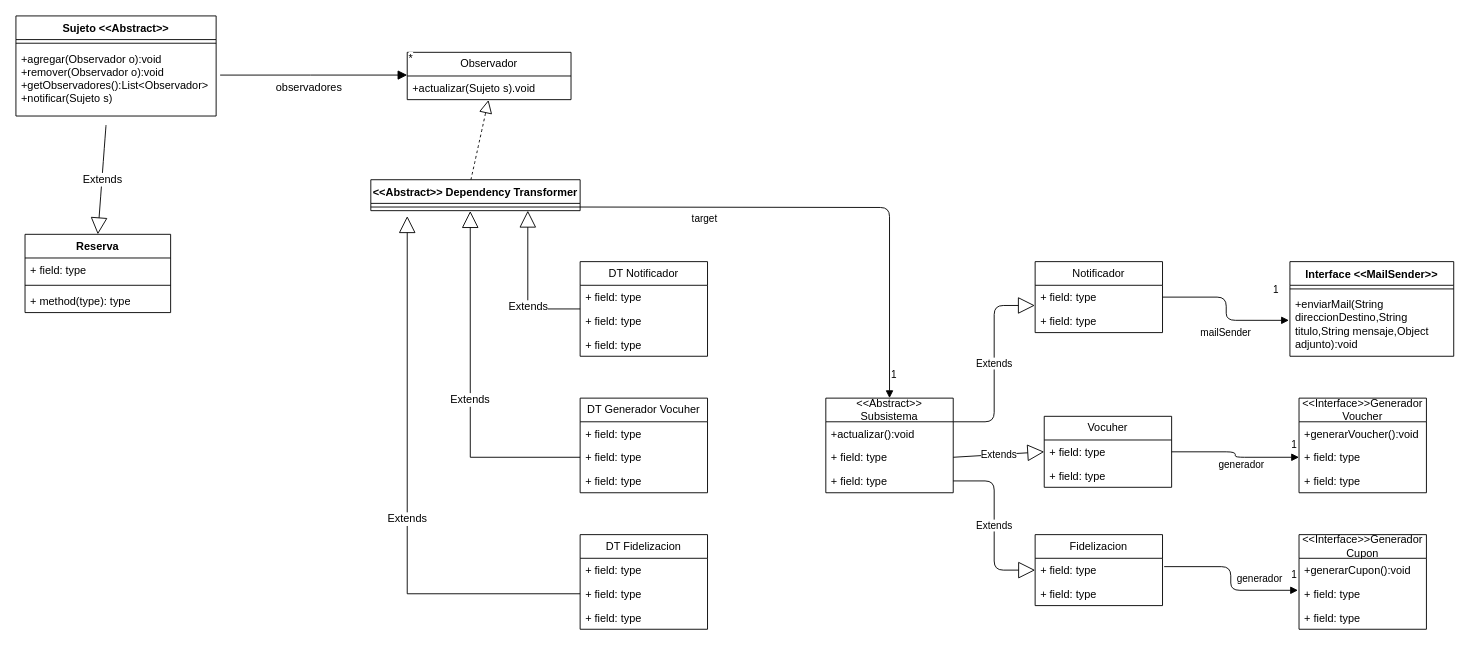
Above: UML/2.5 notificaciones de la reserva.drawio in MartinianoOliveto/po2-integrador (draw.io), before the change. Source tidied: cells renumbered, new cells numbered last; positions are measured from the earlier drawing's top-left corner, leaving out a move shared by most shapes. Both pictures are drawn from the tidied source at 91%, with x=0, y=0 at pixel (15, 15).
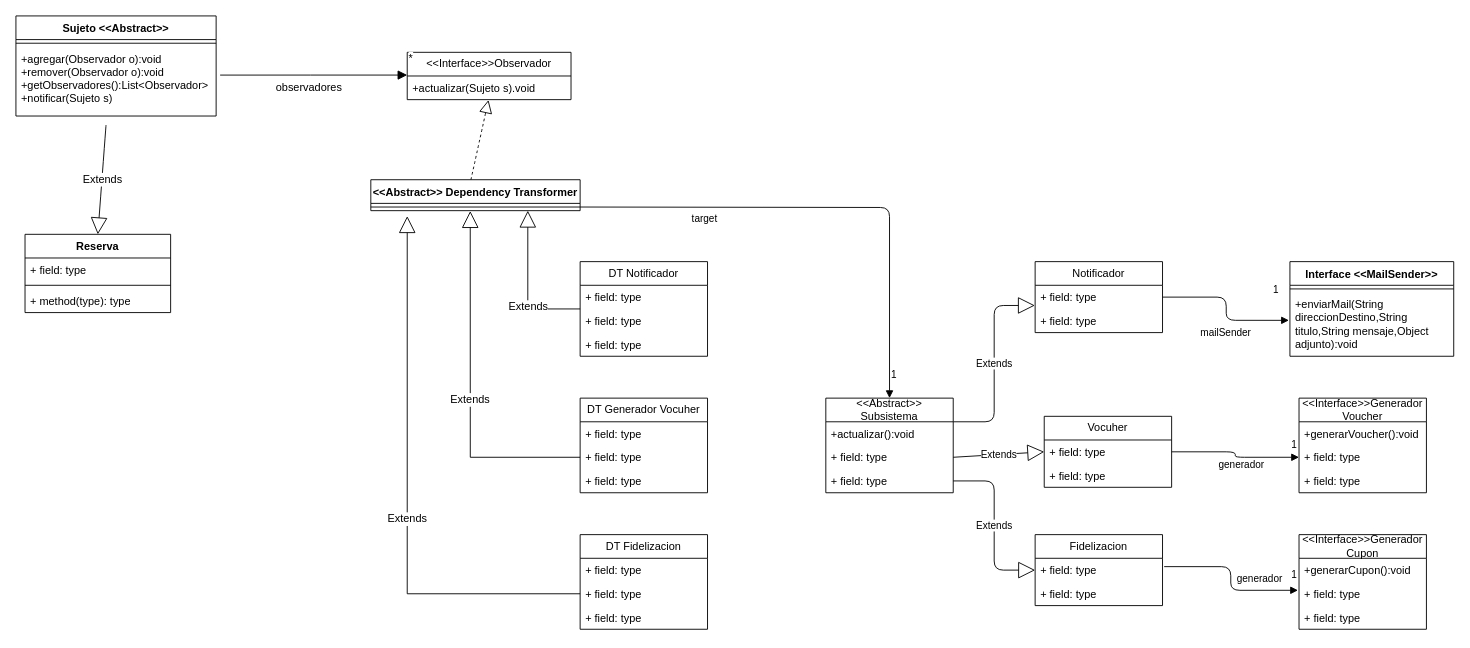
After the change.

Diff of the diagram source:
```diff
@@
-    <mxCell id="10" value="Observador" style="swimlane;fontStyle=0;horizontal=1;startSize=26;fillColor=none;whiteSpace=wrap;html=1;" parent="1" vertex="1">
+    <mxCell id="10" value="&amp;lt;&amp;lt;Interface&amp;gt;&amp;gt;Observador" style="swimlane;fontStyle=0;horizontal=1;startSize=26;fillColor=none;whiteSpace=wrap;html=1;" parent="1" vertex="1">
       <mxGeometry x="430" y="40" width="180" height="52" as="geometry" />
     </mxCell>
```
